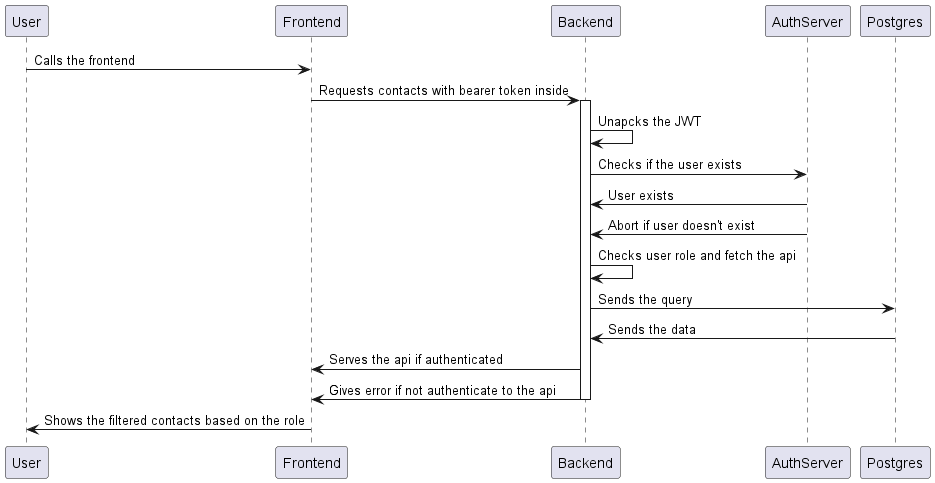
VitoSpritz/cloud-proj keeps this PlantUML diagram as docs/imgs/getContacts.png. Above is the earlier version. Source of this version:
```plantuml
@startuml
User -> Frontend: Calls the frontend
Frontend -> Backend: Requests contacts with bearer token inside
activate Backend

Backend -> Backend: Unapcks the JWT
Backend -> AuthServer: Checks if the user exists
AuthServer -> Backend: User exists
AuthServer -> Backend: Abort if user doesn't exist
Backend -> Backend: Checks user role and fetch the api
Backend -> Postgres: Sends the query
Postgres -> Backend: Sends the data
Backend -> Frontend: Serves the api if authenticated
Backend -> Frontend: Gives error if not authenticate to the api
deactivate Backend

Frontend -> User: Shows the filtered contacts based on the role
@enduml
```
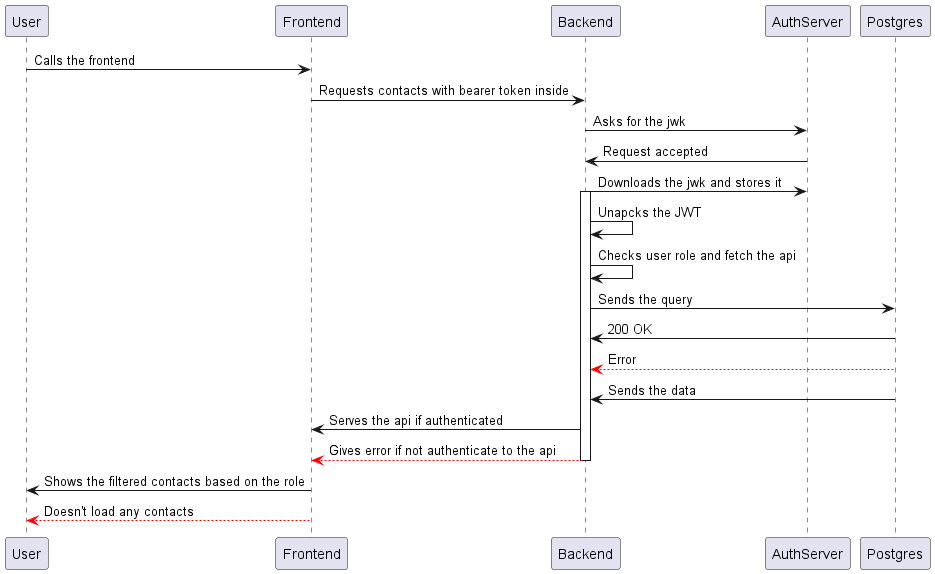
The same diagram one commit later.

What changed in the source:
```diff
@@ -1,18 +1,21 @@
-@startuml
+@startuml getContacts
 User -> Frontend: Calls the frontend
 Frontend -> Backend: Requests contacts with bearer token inside
+Backend -> AuthServer: Asks for the jwk
+AuthServer -> Backend: Request accepted
+Backend -> AuthServer: Downloads the jwk and stores it
+
 activate Backend
-
 Backend -> Backend: Unapcks the JWT
-Backend -> AuthServer: Checks if the user exists
-AuthServer -> Backend: User exists
-AuthServer -> Backend: Abort if user doesn't exist
 Backend -> Backend: Checks user role and fetch the api
 Backend -> Postgres: Sends the query
+Postgres -> Backend: 200 OK
+Postgres -[#red]-> Backend: Error
 Postgres -> Backend: Sends the data
 Backend -> Frontend: Serves the api if authenticated
-Backend -> Frontend: Gives error if not authenticate to the api
+Backend -[#red]-> Frontend: Gives error if not authenticate to the api
 deactivate Backend
 
 Frontend -> User: Shows the filtered contacts based on the role
+Frontend -[#red]->  User: Doesn't load any contacts
 @enduml
```
